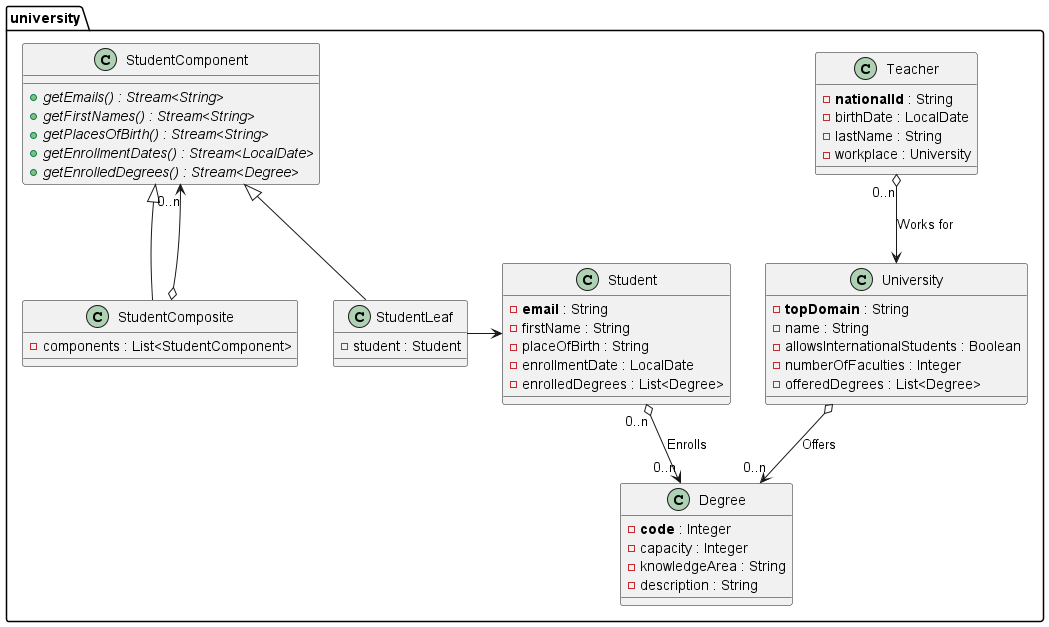
Before: docs/university.models.png, a diagram exported from PlantUML (miw-upm/apaw-practice).
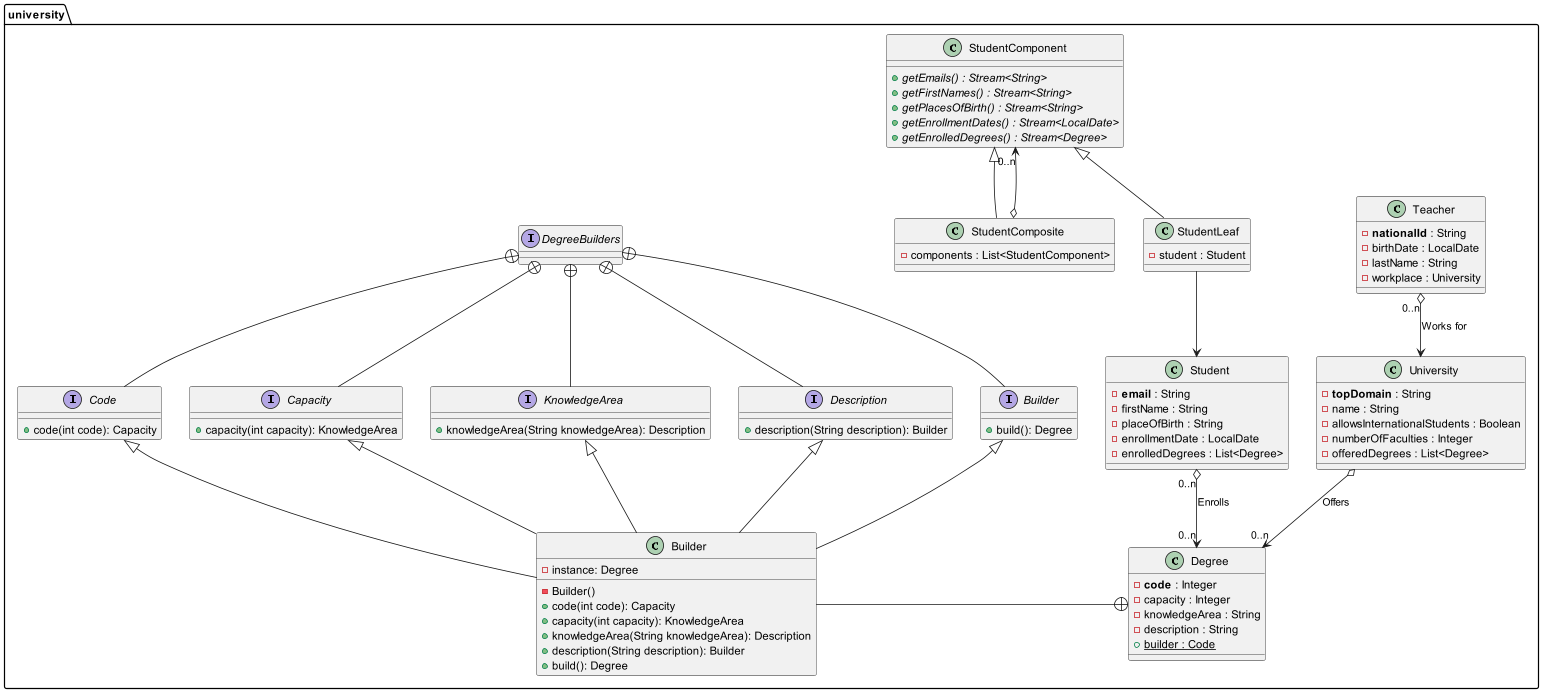
After the change.

Commit message:
Implements builder pattern over Degree entity, with all the attributes mandatory and set in order. Also updates class diagram #944

Diff of the diagram source:
```diff
@@ -28,6 +28,7 @@
     - capacity : Integer
     - knowledgeArea : String
     - description : String
+    + {static} builder : Code
     }
 
     class StudentComponent{
@@ -46,12 +47,53 @@
         - student : Student
     }
 
+    interface DegreeBuilders{}
+    interface Code{
+        + code(int code): Capacity
+    }
+    interface Capacity{
+        + capacity(int capacity): KnowledgeArea
+    }
+    interface KnowledgeArea{
+        + knowledgeArea(String knowledgeArea): Description
+    }
+    interface Description{
+        + description(String description): Builder
+    }
+    interface "Builder" as BuilderItf{
+        + build(): Degree
+    }
+    class Builder{
+        - instance: Degree
+        - Builder()
+        + code(int code): Capacity
+        + capacity(int capacity): KnowledgeArea
+        + knowledgeArea(String knowledgeArea): Description
+        + description(String description): Builder
+        + build(): Degree
+    }
+
     StudentComponent <|-- StudentLeaf
     StudentComponent <|-- StudentComposite
-    StudentLeaf -left-> Student
     StudentComposite o--> "0..n" StudentComponent
+    StudentLeaf --> Student
     University o--> "0..n" Degree : Offers
     Teacher "0..n" o--> University : Works for
     Student "0..n" o--> "0..n" Degree : Enrolls
+
+    DegreeBuilders +-- Code
+    DegreeBuilders +-- Capacity
+    DegreeBuilders +-- KnowledgeArea
+    DegreeBuilders +-- Description
+    DegreeBuilders +-- BuilderItf
+
+    Code <|-- Builder
+    Capacity <|-- Builder
+    KnowledgeArea <|-- Builder
+    Description <|-- Builder
+    BuilderItf <|-- Builder
+
+    Degree +-left- Builder
+
 }
 @enduml
```
